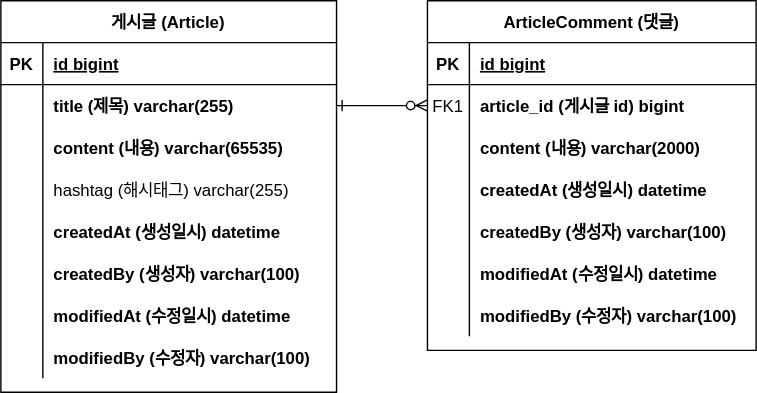
zena107/board-project keeps this draw.io diagram as document/ERD_board-project.svg. Above is the earlier version. Source tidied: cells renumbered, new cells last; positions are measured from the earlier drawing's top-left corner, leaving out a move shared by most shapes.
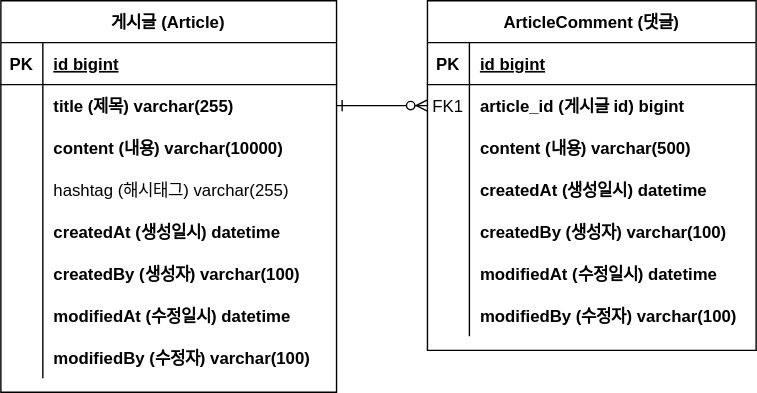
After the change.

What changed in the source:
```diff
@@ -32,7 +32,7 @@
     <mxCell id="11" style="shape=partialRectangle;overflow=hidden;fillColor=none;top=0;left=0;bottom=0;right=0;" parent="10" vertex="1">
       <mxGeometry width="30" height="30" as="geometry" />
     </mxCell>
-    <mxCell id="12" value="content (내용) varchar(2000)" style="shape=partialRectangle;overflow=hidden;fillColor=none;top=0;left=0;bottom=0;right=0;align=left;spacingLeft=6;fontStyle=1;" parent="10" vertex="1">
+    <mxCell id="12" value="content (내용) varchar(500)" style="shape=partialRectangle;overflow=hidden;fillColor=none;top=0;left=0;bottom=0;right=0;align=left;spacingLeft=6;fontStyle=1;" parent="10" vertex="1">
       <mxGeometry x="30" width="205" height="30" as="geometry" />
     </mxCell>
     <mxCell id="13" style="shape=partialRectangle;fillColor=none;top=0;left=0;right=0;bottom=0;" parent="3" vertex="1">
@@ -98,7 +98,7 @@
     <mxCell id="33" style="shape=partialRectangle;overflow=hidden;fillColor=none;top=0;left=0;bottom=0;right=0;" parent="32" vertex="1">
       <mxGeometry width="30" height="30" as="geometry" />
     </mxCell>
-    <mxCell id="34" value="content (내용) varchar(65535)" style="shape=partialRectangle;overflow=hidden;fillColor=none;top=0;left=0;bottom=0;right=0;align=left;spacingLeft=6;fontStyle=1;" parent="32" vertex="1">
+    <mxCell id="34" value="content (내용) varchar(10000)" style="shape=partialRectangle;overflow=hidden;fillColor=none;top=0;left=0;bottom=0;right=0;align=left;spacingLeft=6;fontStyle=1;" parent="32" vertex="1">
       <mxGeometry x="30" width="210" height="30" as="geometry" />
     </mxCell>
     <mxCell id="35" style="shape=partialRectangle;fillColor=none;top=0;left=0;right=0;bottom=0;" parent="25" vertex="1">
```
